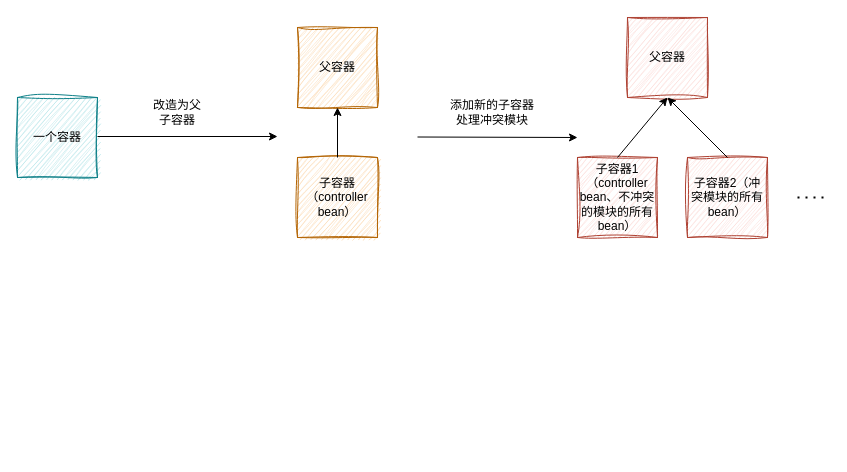
jiandanfeng/file_viewer keeps this draw.io diagram as springboot父子容器.drawio. Above is the earlier version. Source tidied: cells renumbered, new cells numbered last; positions are measured from the earlier drawing's top-left corner, leaving out a move shared by most shapes. Both pictures are drawn from the tidied source at 100%, with x=0, y=0 at pixel (17, 17).
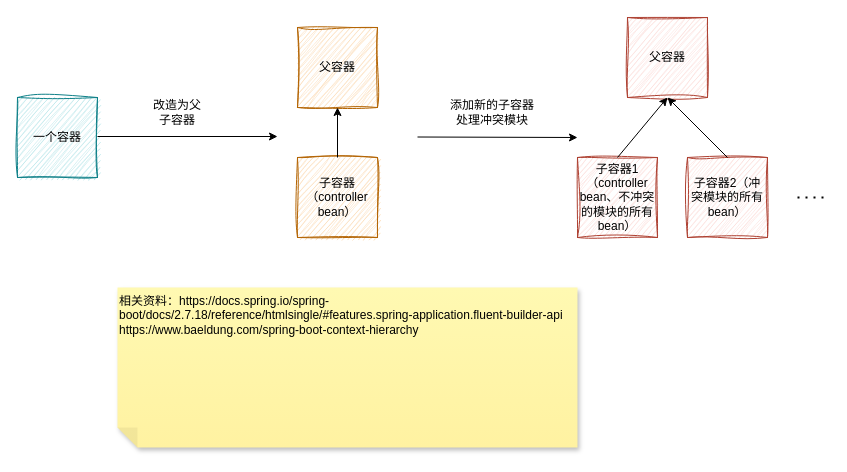
The same diagram, later.

Commit message (it also covers changes not shown here):
更新springboot父子容器.drawio

Change to the diagram source:
```diff
@@
+    <mxCell id="18" value="相关资料：https://docs.spring.io/spring-boot/docs/2.7.18/reference/htmlsingle/#features.spring-application.fluent-builder-api&lt;div&gt;https://www.baeldung.com/spring-boot-context-hierarchy&lt;/div&gt;" style="shape=note;whiteSpace=wrap;html=1;backgroundOutline=1;fontColor=#000000;darkOpacity=0.05;fillColor=#FFF9B2;strokeColor=none;fillStyle=solid;direction=west;gradientDirection=north;gradientColor=#FFF2A1;shadow=1;size=20;align=left;verticalAlign=top;" parent="1" vertex="1">
+      <mxGeometry x="100" y="270" width="460" height="160" as="geometry" />
+    </mxCell>
```
